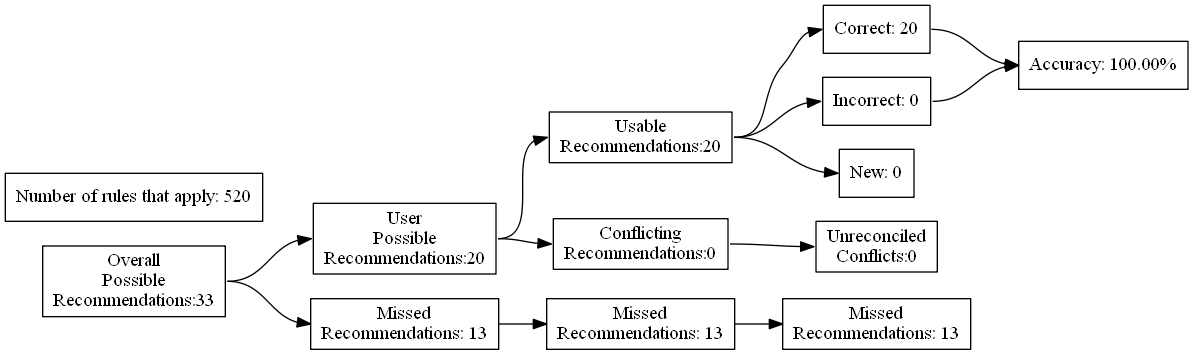
This is test_renders/111.gv.png from ZaxR/ibd_diet_analysis, a Graphviz export, as it was before one commit. Its source is kept beside it as test_renders/111.gv.
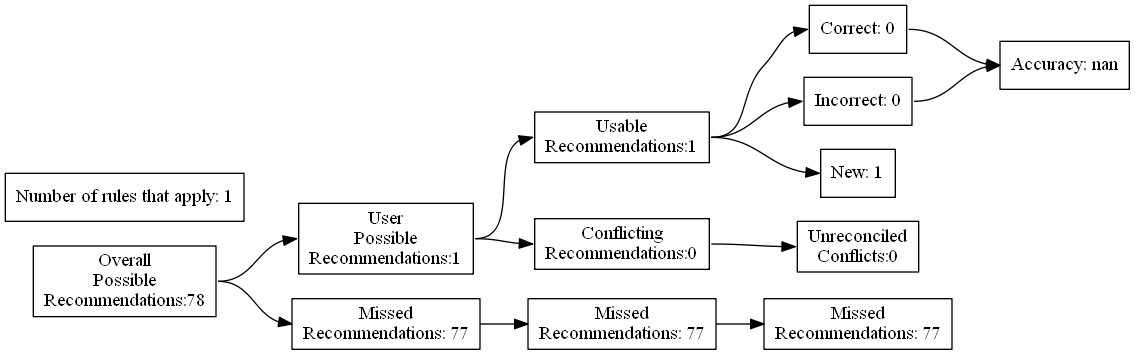
After the change.

The edit, as a diff of the source:
```diff
@@ -4,27 +4,27 @@
 	edge [headport=w tailport=e]
 		A [label="Overall
 Possible
-Recommendations:33"]
+Recommendations:78"]
 		B [label="User
 Possible
-Recommendations:20"]
+Recommendations:1"]
 		C [label="Missed
-Recommendations: 13"]
+Recommendations: 77"]
 		D [label="Usable
-Recommendations:20"]
+Recommendations:1"]
 		E [label="Conflicting
 Recommendations:0"]
 		J [label="Missed
-Recommendations: 13"]
+Recommendations: 77"]
 		M [label="Unreconciled
 Conflicts:0"]
-		F [label="Correct: 20"]
+		F [label="Correct: 0"]
 		G [label="Incorrect: 0"]
-		H [label="New: 0"]
+		H [label="New: 1"]
 		K [label="Missed
-Recommendations: 13"]
-		I [label="Accuracy: 100.00%"]
-		l [label="Number of rules that apply: 520"]
+Recommendations: 77"]
+		I [label="Accuracy: nan"]
+		l [label="Number of rules that apply: 1"]
 			A -> B
 			A -> C
 			B -> D
```
